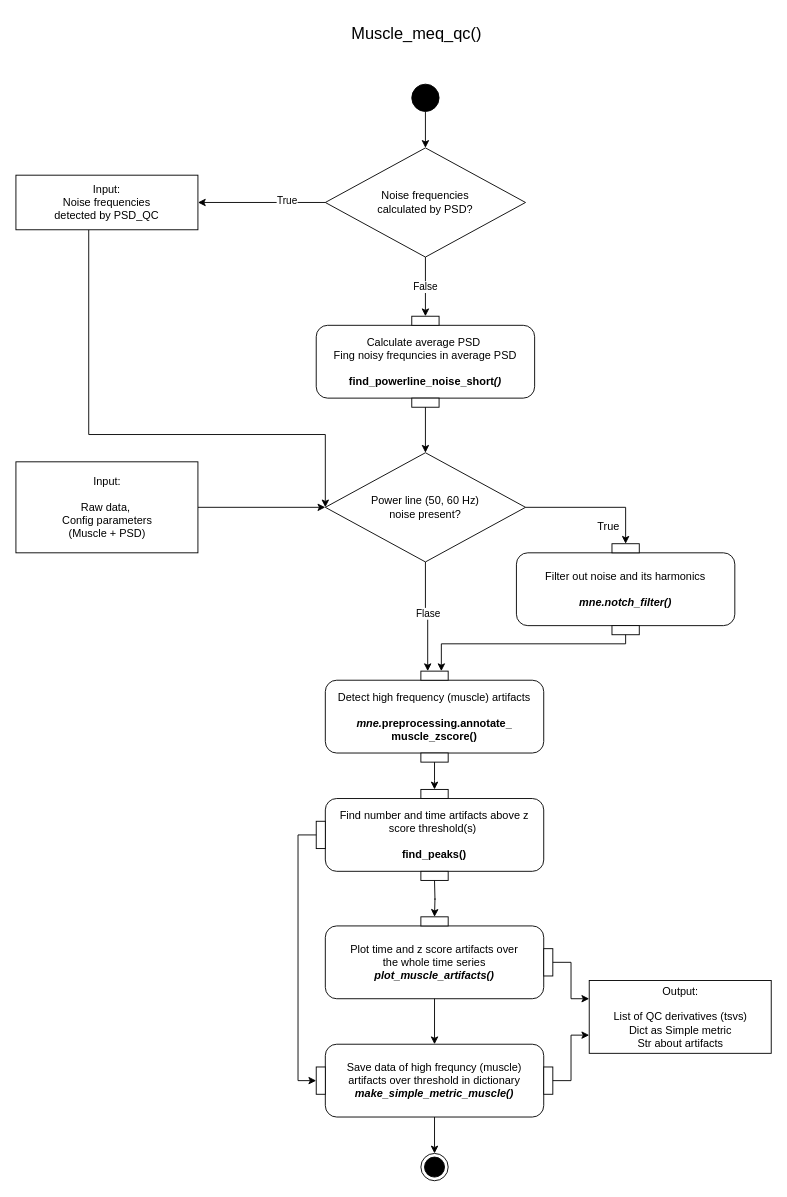
Above: docs/diagrams/_Muscle_UML2.5.drawio in oldgandalf/MEGqcJorge (draw.io), before the change. Source tidied: cells renumbered, new cells numbered last; positions are measured from the earlier drawing's top-left corner, leaving out a move shared by most shapes. Both pictures are drawn from the tidied source at 91%, with x=0, y=0 at pixel (15, 15).
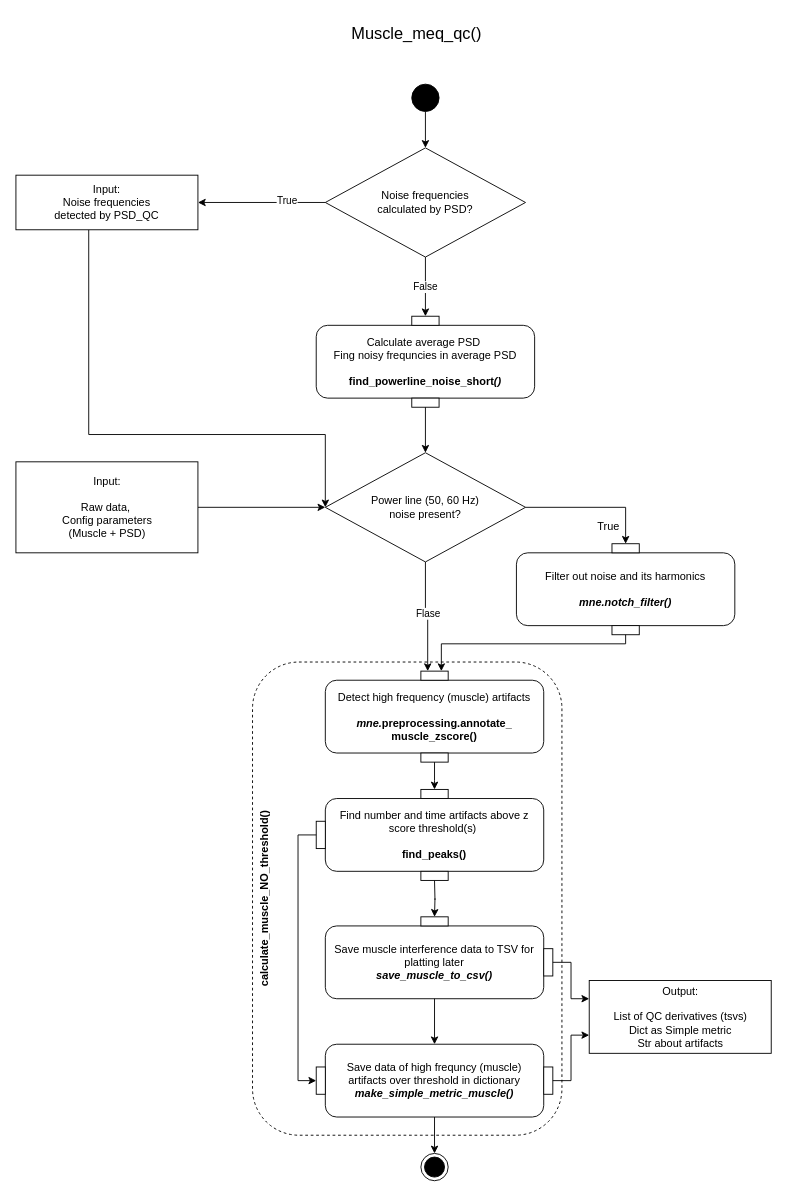
The same diagram, later.

The change refers to these unchanged cells:
```xml
<mxCell id="28" style="group;flipH=1;flipV=0;" parent="1" vertex="1">
  <mxGeometry x="340" y="990" width="250" height="90" as="geometry" />
</mxCell>
```

Change to the diagram source:
```diff
@@
+    <mxCell id="54" value="&lt;b&gt;calculate_muscle_NO_threshold()&lt;/b&gt;" style="rounded=1;whiteSpace=wrap;html=1;gradientColor=none;fillStyle=hatch;dashed=1;glass=0;shadow=0;horizontal=0;align=center;verticalAlign=top;" parent="1" vertex="1">
+      <mxGeometry x="260" y="710" width="340" height="520" as="geometry" />
+    </mxCell>
@@
-    <mxCell id="29" value="&lt;span style=&quot;border-color: var(--border-color);&quot;&gt;Plot time and z score&amp;nbsp;artifacts over the&amp;nbsp;whole time series&lt;br style=&quot;border-color: var(--border-color);&quot;&gt;&lt;b style=&quot;border-color: var(--border-color);&quot;&gt;&lt;i style=&quot;border-color: var(--border-color);&quot;&gt;plot_muscle_artifacts()&lt;/i&gt;&lt;/b&gt;&lt;br&gt;&lt;/span&gt;" style="html=1;align=center;verticalAlign=middle;rounded=1;absoluteArcSize=1;arcSize=25;dashed=0;fontFamily=Helvetica;fontSize=12;whiteSpace=wrap;noLabel=0;imageAlign=center;" parent="28" vertex="1">
+    <mxCell id="29" value="&lt;span style=&quot;border-color: var(--border-color);&quot;&gt;Save muscle interference data to TSV for platting later&lt;br style=&quot;border-color: var(--border-color);&quot;&gt;&lt;b style=&quot;border-color: var(--border-color);&quot;&gt;&lt;i style=&quot;border-color: var(--border-color);&quot;&gt;save_muscle_to_csv()&lt;/i&gt;&lt;/b&gt;&lt;br&gt;&lt;/span&gt;" style="html=1;align=center;verticalAlign=middle;rounded=1;absoluteArcSize=1;arcSize=25;dashed=0;fontFamily=Helvetica;fontSize=12;whiteSpace=wrap;noLabel=0;imageAlign=center;" parent="28" vertex="1">
       <mxGeometry y="10" width="240" height="80" as="geometry" />
     </mxCell>
```
